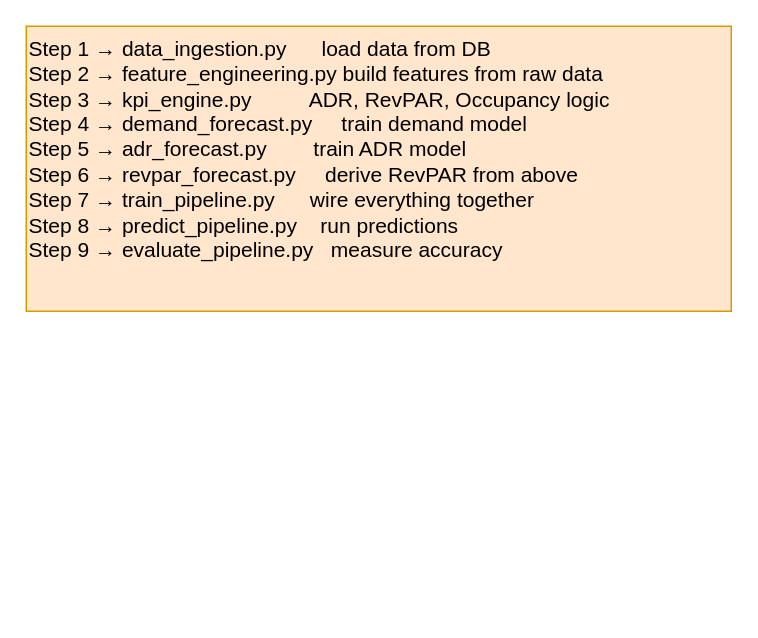
MOO242/Hotel-Performance-Optimizer-Phase-1-No-Deploy keeps this draw.io diagram as page "Pipeline Execution Order" (2 of 7) of Roadmap.drawio. Above is the earlier version. Source tidied: cells renumbered, new cells numbered last; positions are measured from the earlier drawing's top-left corner, leaving out a move shared by most shapes. Both pictures are drawn from the tidied source at 150%, with x=0, y=0 at pixel (26, 26).
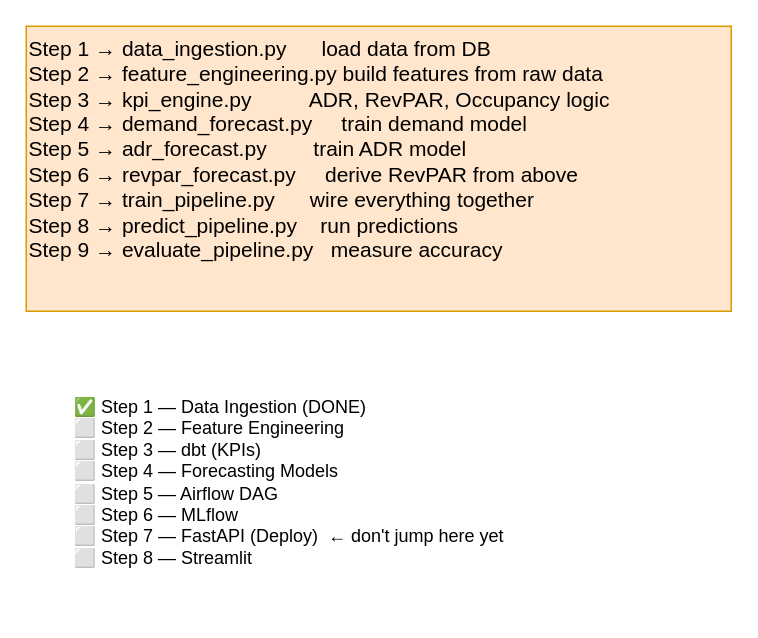
The same page after the edit.

What changed in the source:
```diff
@@
 <mxGraphModel>
   <root>
     <mxCell id="0" />
     <mxCell id="1" parent="0" />
     <mxCell id="2" value="Step 1 → data_ingestion.py      load data from DB&#10;Step 2 → feature_engineering.py build features from raw data&#10;Step 3 → kpi_engine.py          ADR, RevPAR, Occupancy logic&#10;Step 4 → demand_forecast.py     train demand model&#10;Step 5 → adr_forecast.py        train ADR model&#10;Step 6 → revpar_forecast.py     derive RevPAR from above&#10;Step 7 → train_pipeline.py      wire everything together&#10;Step 8 → predict_pipeline.py    run predictions&#10;Step 9 → evaluate_pipeline.py   measure accuracy" style="text;whiteSpace=wrap;fontSize=14;fillColor=#ffe6cc;strokeColor=#d79b00;" parent="1" vertex="1">
       <mxGeometry width="470" height="190" as="geometry" />
     </mxCell>
+    <mxCell id="3" value="✅ Step 1 — Data Ingestion (DONE)&#10;⬜ Step 2 — Feature Engineering&#10;⬜ Step 3 — dbt (KPIs)&#10;⬜ Step 4 — Forecasting Models&#10;⬜ Step 5 — Airflow DAG&#10;⬜ Step 6 — MLflow&#10;⬜ Step 7 — FastAPI (Deploy)  ← don't jump here yet&#10;⬜ Step 8 — Streamlit" style="text;whiteSpace=wrap;" parent="1" vertex="1">
+      <mxGeometry x="30" y="240" width="370" height="150" as="geometry" />
+    </mxCell>
   </root>
 </mxGraphModel>
```
